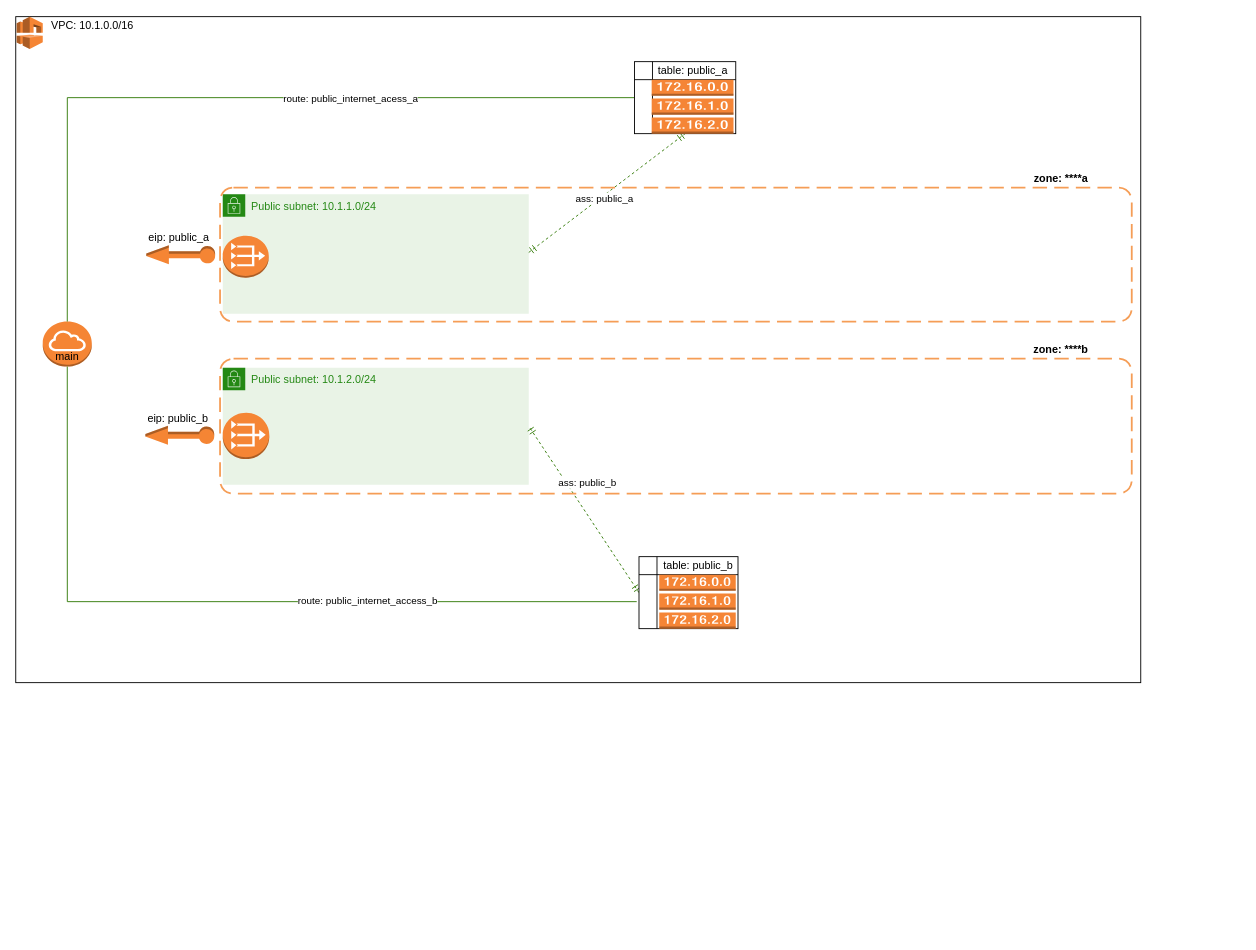
The draw.io diagram docs/network.drawio in roylee0704/recipe-app-api-devops-starting-code, before the edit. Source tidied: cells renumbered, new cells numbered last; positions are measured from the earlier drawing's top-left corner, leaving out a move shared by most shapes. Both pictures are drawn from the tidied source at 90%, with x=0, y=0 at pixel (15, 16).
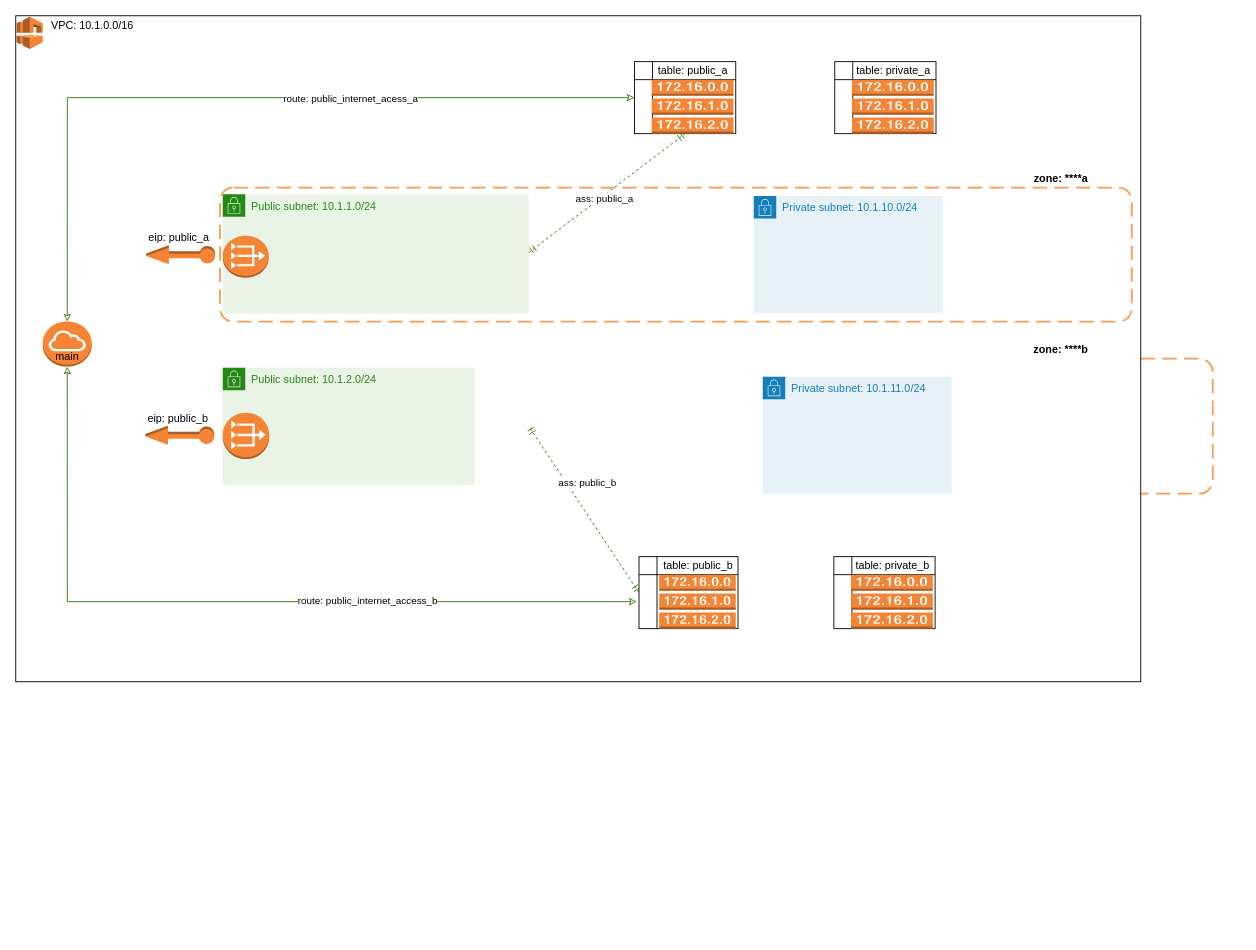
The same page after the edit.

Commit message (it also covers changes not shown here):
added private subnet

Unchanged cells that the change refers to:
```xml
<mxCell id="4" style="group;" parent="1" vertex="1">
  <mxGeometry x="200" y="160" width="1160" height="859.5" as="geometry" />
</mxCell>
<mxCell id="15" style="outlineConnect=0;dashed=0;verticalLabelPosition=bottom;verticalAlign=top;align=center;html=1;shape=mxgraph.aws3.internet_gateway;fillColor=#F58534;gradientColor=none;" parent="1" vertex="1">
  <mxGeometry x="30" y="338.8" width="54.5" height="50" as="geometry" />
</mxCell>
<mxCell id="32" style="shape=internalStorage;whiteSpace=wrap;html=1;backgroundOutline=1;" parent="31" vertex="1">
  <mxGeometry width="112.5" height="80" as="geometry" />
</mxCell>
<mxCell id="35" style="shape=internalStorage;whiteSpace=wrap;html=1;backgroundOutline=1;" parent="1" vertex="1">
  <mxGeometry x="692.5" y="600" width="110" height="80" as="geometry" />
</mxCell>
```

Change to the diagram source:
```diff
@@
+    <mxCell id="37" style="rounded=1;arcSize=10;dashed=1;strokeColor=#F59D56;fillColor=none;gradientColor=none;dashPattern=8 4;strokeWidth=2;" parent="1" vertex="1">
+      <mxGeometry x="227" y="380" width="1103" height="150" as="geometry" />
+    </mxCell>
     <mxCell id="2" style="rounded=0;whiteSpace=wrap;html=1;" parent="1" vertex="1">
-      <mxGeometry width="1250" height="740" as="geometry" />
+      <mxGeometry y="-1" width="1250" height="740" as="geometry" />
     </mxCell>
@@
+    <mxCell id="41" style="group;" parent="4" vertex="1">
+      <mxGeometry x="30" y="230" width="280" height="130" as="geometry" />
+    </mxCell>
-    <mxCell id="13" value="Public subnet: 10.1.2.0/24" style="gradientColor=none;html=1;whiteSpace=wrap;fontSize=12;fontStyle=0;shape=mxgraph.aws4.group;grIcon=mxgraph.aws4.group_security_group;grStroke=0;strokeColor=#248814;fillColor=#E9F3E6;verticalAlign=top;align=left;spacingLeft=30;fontColor=#248814;dashed=0;" parent="4" vertex="1">
-      <mxGeometry x="30" y="230" width="340" height="130" as="geometry" />
+    <mxCell id="13" value="Public subnet: 10.1.2.0/24" style="gradientColor=none;html=1;whiteSpace=wrap;fontSize=12;fontStyle=0;shape=mxgraph.aws4.group;grIcon=mxgraph.aws4.group_security_group;grStroke=0;strokeColor=#248814;fillColor=#E9F3E6;verticalAlign=top;align=left;spacingLeft=30;fontColor=#248814;dashed=0;" parent="41" vertex="1">
+      <mxGeometry width="280" height="130" as="geometry" />
     </mxCell>
-    <mxCell id="14" style="dashed=0;verticalLabelPosition=bottom;verticalAlign=top;align=center;html=1;shape=mxgraph.aws3.vpc_nat_gateway;fillColor=#F58534;gradientColor=none;" parent="4" vertex="1">
-      <mxGeometry x="30" y="280" width="51.7" height="51.6" as="geometry" />
+    <mxCell id="14" style="dashed=0;verticalLabelPosition=bottom;verticalAlign=top;align=center;html=1;shape=mxgraph.aws3.vpc_nat_gateway;fillColor=#F58534;gradientColor=none;" parent="41" vertex="1">
+      <mxGeometry y="50" width="51.7" height="51.6" as="geometry" />
     </mxCell>
@@
-    <mxCell id="22" style="edgeStyle=orthogonalEdgeStyle;rounded=0;jettySize=auto;html=1;entryX=0.5;entryY=0;entryDx=0;entryDy=0;entryPerimeter=0;startArrow=none;startFill=0;endArrow=none;endFill=0;fillColor=#60a917;strokeColor=#2D7600;" parent="1" edge="1" source="32" target="15">
+    <mxCell id="22" style="edgeStyle=orthogonalEdgeStyle;rounded=0;jettySize=auto;html=1;entryX=0.5;entryY=0;entryDx=0;entryDy=0;entryPerimeter=0;startArrow=classic;startFill=0;endArrow=classic;endFill=0;fillColor=#60a917;strokeColor=#2D7600;" parent="1" edge="1" source="32" target="15">
       <mxGeometry relative="1" as="geometry">
         <Array as="points">
           <mxPoint x="57" y="90" />
         </Array>
       </mxGeometry>
     </mxCell>
@@
-    <mxCell id="24" style="edgeStyle=orthogonalEdgeStyle;rounded=0;jettySize=auto;html=1;entryX=0.5;entryY=1;entryDx=0;entryDy=0;entryPerimeter=0;startArrow=none;startFill=0;endArrow=none;endFill=0;exitX=-0.023;exitY=0.625;exitDx=0;exitDy=0;exitPerimeter=0;fillColor=#60a917;strokeColor=#2D7600;" parent="1" edge="1" source="35" target="15">
+    <mxCell id="24" style="edgeStyle=orthogonalEdgeStyle;rounded=0;jettySize=auto;html=1;entryX=0.5;entryY=1;entryDx=0;entryDy=0;entryPerimeter=0;startArrow=classic;startFill=0;endArrow=classic;endFill=0;exitX=-0.023;exitY=0.625;exitDx=0;exitDy=0;exitPerimeter=0;fillColor=#60a917;strokeColor=#2D7600;" parent="1" edge="1" source="35" target="15">
       <mxGeometry relative="1" as="geometry">
         <Array as="points">
           <mxPoint x="57" y="650" />
         </Array>
       </mxGeometry>
     </mxCell>
@@
-    <mxCell id="37" style="rounded=1;arcSize=10;dashed=1;strokeColor=#F59D56;fillColor=none;gradientColor=none;dashPattern=8 4;strokeWidth=2;" parent="1" vertex="1">
-      <mxGeometry x="227" y="380" width="1013" height="150" as="geometry" />
-    </mxCell>
@@
+    <mxCell id="42" value="Private subnet: 10.1.10.0/24" style="gradientColor=none;html=1;whiteSpace=wrap;fontSize=12;fontStyle=0;shape=mxgraph.aws4.group;grIcon=mxgraph.aws4.group_security_group;grStroke=0;strokeColor=#147EBA;fillColor=#E6F2F8;verticalAlign=top;align=left;spacingLeft=30;fontColor=#147EBA;dashed=0;" parent="1" vertex="1">
+      <mxGeometry x="820" y="199.4" width="210" height="130" as="geometry" />
+    </mxCell>
+    <mxCell id="43" value="Private subnet: 10.1.11.0/24" style="gradientColor=none;html=1;whiteSpace=wrap;fontSize=12;fontStyle=0;shape=mxgraph.aws4.group;grIcon=mxgraph.aws4.group_security_group;grStroke=0;strokeColor=#147EBA;fillColor=#E6F2F8;verticalAlign=top;align=left;spacingLeft=30;fontColor=#147EBA;dashed=0;" parent="1" vertex="1">
+      <mxGeometry x="830" y="400" width="210" height="130" as="geometry" />
+    </mxCell>
+    <mxCell id="44" style="group;" parent="1" vertex="1">
+      <mxGeometry x="909" y="600" width="114.6" height="80" as="geometry" />
+    </mxCell>
+    <mxCell id="45" style="shape=internalStorage;whiteSpace=wrap;html=1;backgroundOutline=1;" parent="44" vertex="1">
+      <mxGeometry width="112.5" height="80" as="geometry" />
+    </mxCell>
+    <mxCell id="46" value="table: private_b" style="text;html=1;align=center;verticalAlign=middle;" parent="44" vertex="1">
+      <mxGeometry x="14.6" width="100" height="20" as="geometry" />
+    </mxCell>
+    <mxCell id="47" style="dashed=0;verticalLabelPosition=bottom;verticalAlign=top;align=center;html=1;shape=mxgraph.aws3.route_table;fillColor=#F58536;gradientColor=none;" parent="44" vertex="1">
+      <mxGeometry x="19.1" y="20" width="90.9" height="60" as="geometry" />
+    </mxCell>
+    <mxCell id="48" style="group;" parent="1" vertex="1">
+      <mxGeometry x="910" y="50" width="114.6" height="80" as="geometry" />
+    </mxCell>
+    <mxCell id="49" style="shape=internalStorage;whiteSpace=wrap;html=1;backgroundOutline=1;" parent="48" vertex="1">
+      <mxGeometry width="112.5" height="80" as="geometry" />
+    </mxCell>
+    <mxCell id="50" value="table: private_a" style="text;html=1;align=center;verticalAlign=middle;" parent="48" vertex="1">
+      <mxGeometry x="14.6" width="100" height="20" as="geometry" />
+    </mxCell>
+    <mxCell id="51" style="dashed=0;verticalLabelPosition=bottom;verticalAlign=top;align=center;html=1;shape=mxgraph.aws3.route_table;fillColor=#F58536;gradientColor=none;" parent="48" vertex="1">
+      <mxGeometry x="19.1" y="20" width="90.9" height="60" as="geometry" />
+    </mxCell>
```
